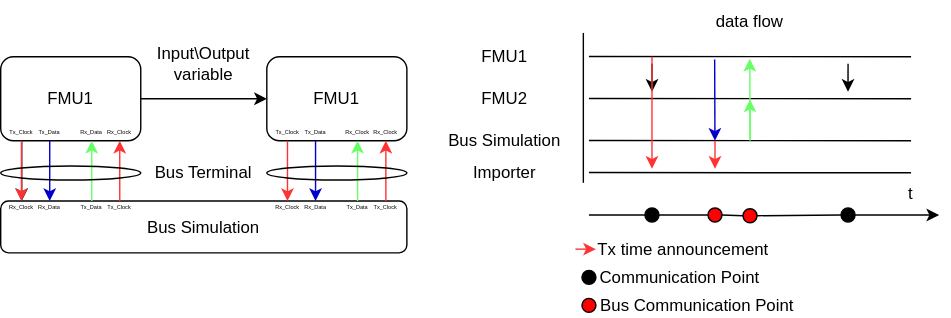
modelica/fmi-ls-bus keeps this draw.io diagram as docs/images/low_cut_communication_points.svg. Above is the earlier version. Source tidied: cells renumbered, new cells last; positions are measured from the earlier drawing's top-left corner, leaving out a move shared by most shapes. The source it was exported from:
```xml
<mxGraphModel>
  <root>
    <mxCell id="0" />
    <mxCell id="1" parent="0" />
    <mxCell id="2" style="edgeStyle=orthogonalEdgeStyle;rounded=0;jettySize=auto;html=1;exitX=1;exitY=0.5;exitDx=0;exitDy=0;entryX=0;entryY=0.5;entryDx=0;entryDy=0;" parent="1" edge="1" source="3" target="45">
      <mxGeometry relative="1" as="geometry" />
    </mxCell>
    <mxCell id="3" value="FMU1" style="rounded=1;whiteSpace=wrap;html=1;" parent="1" vertex="1">
      <mxGeometry y="40" width="100" height="60" as="geometry" />
    </mxCell>
    <mxCell id="4" value="Bus Simulation" style="rounded=1;whiteSpace=wrap;html=1;" parent="1" vertex="1">
      <mxGeometry y="143" width="290" height="37" as="geometry" />
    </mxCell>
    <mxCell id="5" value="Input\Output variable" style="text;html=1;strokeColor=none;fillColor=none;align=center;verticalAlign=middle;whiteSpace=wrap;rounded=0;" parent="1" vertex="1">
      <mxGeometry x="93" y="30" width="104" height="30" as="geometry" />
    </mxCell>
    <mxCell id="6" value="Bus Terminal" style="text;html=1;strokeColor=none;fillColor=none;align=center;verticalAlign=middle;whiteSpace=wrap;rounded=0;" parent="1" vertex="1">
      <mxGeometry x="93" y="113" width="104" height="20" as="geometry" />
    </mxCell>
    <mxCell id="7" style="endArrow=none;html=1;rounded=0;" parent="1" edge="1">
      <mxGeometry relative="1" as="geometry">
        <mxPoint x="416" y="130" as="sourcePoint" />
        <mxPoint x="416" y="23" as="targetPoint" />
      </mxGeometry>
    </mxCell>
    <mxCell id="8" style="endArrow=classic;html=1;rounded=0;startArrow=none;" parent="1" edge="1" source="20">
      <mxGeometry relative="1" as="geometry">
        <mxPoint x="670" y="153" as="targetPoint" />
      </mxGeometry>
    </mxCell>
    <mxCell id="9" value="FMU1" style="text;html=1;strokeColor=none;fillColor=none;align=center;verticalAlign=middle;whiteSpace=wrap;rounded=0;" parent="1" vertex="1">
      <mxGeometry x="330" y="25" width="60" height="30" as="geometry" />
    </mxCell>
    <mxCell id="10" value="FMU2" style="text;html=1;strokeColor=none;fillColor=none;align=center;verticalAlign=middle;whiteSpace=wrap;rounded=0;" parent="1" vertex="1">
      <mxGeometry x="330" y="55" width="60" height="30" as="geometry" />
    </mxCell>
    <mxCell id="11" value="Bus Simulation" style="text;html=1;strokeColor=none;fillColor=none;align=center;verticalAlign=middle;whiteSpace=wrap;rounded=0;" parent="1" vertex="1">
      <mxGeometry x="310" y="85" width="100" height="30" as="geometry" />
    </mxCell>
    <mxCell id="12" style="endArrow=none;html=1;rounded=0;" parent="1" edge="1">
      <mxGeometry relative="1" as="geometry">
        <mxPoint x="650" y="70" as="sourcePoint" />
        <mxPoint x="420" y="69.8" as="targetPoint" />
      </mxGeometry>
    </mxCell>
    <mxCell id="13" style="endArrow=none;html=1;rounded=0;" parent="1" edge="1">
      <mxGeometry relative="1" as="geometry">
        <mxPoint x="650" y="40" as="sourcePoint" />
        <mxPoint x="420" y="39.8" as="targetPoint" />
      </mxGeometry>
    </mxCell>
    <mxCell id="14" style="endArrow=none;html=1;rounded=0;" parent="1" edge="1">
      <mxGeometry relative="1" as="geometry">
        <mxPoint x="650" y="100" as="sourcePoint" />
        <mxPoint x="420" y="99.8" as="targetPoint" />
      </mxGeometry>
    </mxCell>
    <mxCell id="15" value="t" style="text;html=1;strokeColor=none;fillColor=none;align=center;verticalAlign=middle;whiteSpace=wrap;rounded=0;" parent="1" vertex="1">
      <mxGeometry x="640" y="128" width="20" height="20" as="geometry" />
    </mxCell>
    <mxCell id="16" value="data flow" style="text;html=1;strokeColor=none;fillColor=none;align=center;verticalAlign=middle;whiteSpace=wrap;rounded=0;" parent="1" vertex="1">
      <mxGeometry x="505" width="60" height="30" as="geometry" />
    </mxCell>
    <mxCell id="17" style="ellipse;whiteSpace=wrap;html=1;fillColor=#000000;" parent="1" vertex="1">
      <mxGeometry x="460" y="148" width="10" height="10" as="geometry" />
    </mxCell>
    <mxCell id="18" style="endArrow=none;html=1;rounded=0;" parent="1" edge="1" target="17">
      <mxGeometry relative="1" as="geometry">
        <mxPoint x="420" y="153" as="sourcePoint" />
      </mxGeometry>
    </mxCell>
    <mxCell id="19" style="edgeStyle=orthogonalEdgeStyle;rounded=0;orthogonalLoop=1;jettySize=auto;html=1;" parent="1" edge="1">
      <mxGeometry relative="1" as="geometry">
        <mxPoint x="465" y="45" as="sourcePoint" />
        <mxPoint x="465.1" y="65" as="targetPoint" />
      </mxGeometry>
    </mxCell>
    <mxCell id="20" style="ellipse;whiteSpace=wrap;html=1;fillColor=#000000;" parent="1" vertex="1">
      <mxGeometry x="600" y="148" width="10" height="10" as="geometry" />
    </mxCell>
    <mxCell id="21" style="endArrow=none;html=1;rounded=0;startArrow=none;" parent="1" edge="1" source="23" target="20">
      <mxGeometry relative="1" as="geometry" />
    </mxCell>
    <mxCell id="22" style="edgeStyle=orthogonalEdgeStyle;rounded=0;orthogonalLoop=1;jettySize=auto;html=1;" parent="1" edge="1">
      <mxGeometry relative="1" as="geometry">
        <mxPoint x="605" y="45" as="sourcePoint" />
        <mxPoint x="605" y="65" as="targetPoint" />
      </mxGeometry>
    </mxCell>
    <mxCell id="23" style="ellipse;whiteSpace=wrap;html=1;fillColor=#FF0000;" parent="1" vertex="1">
      <mxGeometry x="530" y="148.5" width="10" height="10" as="geometry" />
    </mxCell>
    <mxCell id="24" style="endArrow=none;html=1;rounded=0;startArrow=none;" parent="1" edge="1" source="25" target="23">
      <mxGeometry relative="1" as="geometry" />
    </mxCell>
    <mxCell id="25" style="ellipse;whiteSpace=wrap;html=1;fillColor=#FF0000;" parent="1" vertex="1">
      <mxGeometry x="505" y="148" width="10" height="10" as="geometry" />
    </mxCell>
    <mxCell id="26" style="endArrow=none;html=1;rounded=0;startArrow=none;" parent="1" edge="1" source="17" target="25">
      <mxGeometry relative="1" as="geometry" />
    </mxCell>
    <mxCell id="27" style="ellipse;whiteSpace=wrap;html=1;fillColor=#FF0000;" parent="1" vertex="1">
      <mxGeometry x="415" y="212.5" width="10" height="10" as="geometry" />
    </mxCell>
    <mxCell id="28" style="ellipse;whiteSpace=wrap;html=1;fillColor=#000000;" parent="1" vertex="1">
      <mxGeometry x="415" y="192.5" width="10" height="10" as="geometry" />
    </mxCell>
    <mxCell id="29" value="Communication Point" style="text;html=1;strokeColor=none;fillColor=none;align=center;verticalAlign=middle;whiteSpace=wrap;rounded=0;" parent="1" vertex="1">
      <mxGeometry x="425" y="190" width="120" height="15" as="geometry" />
    </mxCell>
    <mxCell id="30" value="Rx_Clock" style="text;html=1;strokeColor=none;fillColor=none;align=center;verticalAlign=middle;whiteSpace=wrap;rounded=0;fontSize=4;" parent="1" vertex="1">
      <mxGeometry x="70" y="90" width="30" height="10" as="geometry" />
    </mxCell>
    <mxCell id="31" value="Tx_Clock" style="text;html=1;strokeColor=none;fillColor=none;align=center;verticalAlign=middle;whiteSpace=wrap;rounded=0;fontSize=4;" parent="1" vertex="1">
      <mxGeometry x="70" y="143" width="30" height="10" as="geometry" />
    </mxCell>
    <mxCell id="32" style="endArrow=classic;html=1;rounded=0;fontSize=4;entryX=0.5;entryY=1;entryDx=0;entryDy=0;exitX=0.5;exitY=0;exitDx=0;exitDy=0;strokeColor=#FF3333;" parent="1" edge="1" source="31" target="30">
      <mxGeometry relative="1" as="geometry" />
    </mxCell>
    <mxCell id="33" style="endArrow=classic;html=1;rounded=0;fontSize=4;exitX=0.5;exitY=1;exitDx=0;exitDy=0;entryX=0.5;entryY=0;entryDx=0;entryDy=0;" parent="1" edge="1" source="34" target="35">
      <mxGeometry relative="1" as="geometry" />
    </mxCell>
    <mxCell id="34" value="Tx_Clock" style="text;html=1;strokeColor=none;fillColor=none;align=center;verticalAlign=middle;whiteSpace=wrap;rounded=0;fontSize=4;" parent="1" vertex="1">
      <mxGeometry y="90" width="30" height="10" as="geometry" />
    </mxCell>
    <mxCell id="35" value="Rx_Clock" style="text;html=1;strokeColor=none;fillColor=none;align=center;verticalAlign=middle;whiteSpace=wrap;rounded=0;fontSize=4;" parent="1" vertex="1">
      <mxGeometry y="143" width="30" height="10" as="geometry" />
    </mxCell>
    <mxCell id="36" value="Tx_Data" style="text;html=1;strokeColor=none;fillColor=none;align=center;verticalAlign=middle;whiteSpace=wrap;rounded=0;fontSize=4;" parent="1" vertex="1">
      <mxGeometry x="20" y="90" width="30" height="10" as="geometry" />
    </mxCell>
    <mxCell id="37" value="Rx_Data" style="text;html=1;strokeColor=none;fillColor=none;align=center;verticalAlign=middle;whiteSpace=wrap;rounded=0;fontSize=4;" parent="1" vertex="1">
      <mxGeometry x="20" y="143" width="30" height="10" as="geometry" />
    </mxCell>
    <mxCell id="38" style="endArrow=classic;html=1;rounded=0;fontSize=4;exitX=0.5;exitY=1;exitDx=0;exitDy=0;entryX=0.5;entryY=0;entryDx=0;entryDy=0;strokeColor=#0000CC;" parent="1" edge="1" source="36" target="37">
      <mxGeometry x="-1" y="10" relative="1" as="geometry" />
    </mxCell>
    <mxCell id="39" style="endArrow=classic;html=1;rounded=0;fontSize=4;exitX=0.5;exitY=1;exitDx=0;exitDy=0;strokeColor=#0000CC;" parent="1" edge="1">
      <mxGeometry x="-1" y="10" relative="1" as="geometry">
        <mxPoint x="509.8" y="42" as="sourcePoint" />
        <mxPoint x="510" y="100" as="targetPoint" />
      </mxGeometry>
    </mxCell>
    <mxCell id="40" value="Tx_Data" style="text;html=1;strokeColor=none;fillColor=none;align=center;verticalAlign=middle;whiteSpace=wrap;rounded=0;fontSize=4;" parent="1" vertex="1">
      <mxGeometry x="50" y="143" width="30" height="10" as="geometry" />
    </mxCell>
    <mxCell id="41" value="Rx_Data" style="text;html=1;strokeColor=none;fillColor=none;align=center;verticalAlign=middle;whiteSpace=wrap;rounded=0;fontSize=4;" parent="1" vertex="1">
      <mxGeometry x="50" y="90" width="30" height="10" as="geometry" />
    </mxCell>
    <mxCell id="42" style="endArrow=classic;html=1;rounded=0;fontSize=4;entryX=0.5;entryY=1;entryDx=0;entryDy=0;exitX=0.5;exitY=0;exitDx=0;exitDy=0;strokeColor=#66FF66;" parent="1" edge="1" source="40" target="41">
      <mxGeometry relative="1" as="geometry" />
    </mxCell>
    <mxCell id="43" style="endArrow=classic;html=1;rounded=0;fontSize=4;entryX=0.5;entryY=1;entryDx=0;entryDy=0;strokeColor=#66FF66;" parent="1" edge="1">
      <mxGeometry relative="1" as="geometry">
        <mxPoint x="535.1" y="99.5" as="sourcePoint" />
        <mxPoint x="534.8" y="41.5" as="targetPoint" />
      </mxGeometry>
    </mxCell>
    <mxCell id="44" style="endArrow=classic;html=1;rounded=0;fontSize=4;exitX=0.5;exitY=1;exitDx=0;exitDy=0;entryX=0.5;entryY=0;entryDx=0;entryDy=0;strokeColor=#FF3333;" parent="1" edge="1">
      <mxGeometry relative="1" as="geometry">
        <mxPoint x="14.8" y="100" as="sourcePoint" />
        <mxPoint x="14.8" y="143" as="targetPoint" />
      </mxGeometry>
    </mxCell>
    <mxCell id="45" value="FMU1" style="rounded=1;whiteSpace=wrap;html=1;" parent="1" vertex="1">
      <mxGeometry x="190" y="40" width="100" height="60" as="geometry" />
    </mxCell>
    <mxCell id="46" value="Rx_Clock" style="text;html=1;strokeColor=none;fillColor=none;align=center;verticalAlign=middle;whiteSpace=wrap;rounded=0;fontSize=4;" parent="1" vertex="1">
      <mxGeometry x="260" y="90" width="30" height="10" as="geometry" />
    </mxCell>
    <mxCell id="47" value="Tx_Clock" style="text;html=1;strokeColor=none;fillColor=none;align=center;verticalAlign=middle;whiteSpace=wrap;rounded=0;fontSize=4;" parent="1" vertex="1">
      <mxGeometry x="190" y="90" width="30" height="10" as="geometry" />
    </mxCell>
    <mxCell id="48" value="Tx_Data" style="text;html=1;strokeColor=none;fillColor=none;align=center;verticalAlign=middle;whiteSpace=wrap;rounded=0;fontSize=4;" parent="1" vertex="1">
      <mxGeometry x="210" y="90" width="30" height="10" as="geometry" />
    </mxCell>
    <mxCell id="49" value="Rx_Clock" style="text;html=1;strokeColor=none;fillColor=none;align=center;verticalAlign=middle;whiteSpace=wrap;rounded=0;fontSize=4;" parent="1" vertex="1">
      <mxGeometry x="240" y="90" width="30" height="10" as="geometry" />
    </mxCell>
    <mxCell id="50" value="Tx_Clock" style="text;html=1;strokeColor=none;fillColor=none;align=center;verticalAlign=middle;whiteSpace=wrap;rounded=0;fontSize=4;" parent="1" vertex="1">
      <mxGeometry x="260" y="143" width="30" height="10" as="geometry" />
    </mxCell>
    <mxCell id="51" value="Rx_Clock" style="text;html=1;strokeColor=none;fillColor=none;align=center;verticalAlign=middle;whiteSpace=wrap;rounded=0;fontSize=4;" parent="1" vertex="1">
      <mxGeometry x="190" y="143" width="30" height="10" as="geometry" />
    </mxCell>
    <mxCell id="52" value="Rx_Data" style="text;html=1;strokeColor=none;fillColor=none;align=center;verticalAlign=middle;whiteSpace=wrap;rounded=0;fontSize=4;" parent="1" vertex="1">
      <mxGeometry x="210" y="143" width="30" height="10" as="geometry" />
    </mxCell>
    <mxCell id="53" value="Tx_Data" style="text;html=1;strokeColor=none;fillColor=none;align=center;verticalAlign=middle;whiteSpace=wrap;rounded=0;fontSize=4;" parent="1" vertex="1">
      <mxGeometry x="240" y="143" width="30" height="10" as="geometry" />
    </mxCell>
    <mxCell id="54" style="endArrow=classic;html=1;rounded=0;fontSize=4;entryX=0.5;entryY=1;entryDx=0;entryDy=0;exitX=0.5;exitY=0;exitDx=0;exitDy=0;strokeColor=#FF3333;" parent="1" edge="1" source="50" target="46">
      <mxGeometry x="0.53" y="-165" relative="1" as="geometry" />
    </mxCell>
    <mxCell id="55" style="endArrow=classic;html=1;rounded=0;fontSize=4;exitX=0.5;exitY=1;exitDx=0;exitDy=0;entryX=0.5;entryY=0;entryDx=0;entryDy=0;strokeColor=#FF3333;" parent="1" edge="1">
      <mxGeometry x="-0.07" y="145" relative="1" as="geometry">
        <mxPoint x="204.8" y="100" as="sourcePoint" />
        <mxPoint x="204.8" y="143" as="targetPoint" />
      </mxGeometry>
    </mxCell>
    <mxCell id="56" style="endArrow=classic;html=1;rounded=0;fontSize=4;exitX=0.5;exitY=1;exitDx=0;exitDy=0;entryX=0.5;entryY=0;entryDx=0;entryDy=0;strokeColor=#0000CC;" parent="1" edge="1">
      <mxGeometry x="-1" y="10" relative="1" as="geometry">
        <mxPoint x="224.8" y="100" as="sourcePoint" />
        <mxPoint x="224.8" y="143" as="targetPoint" />
      </mxGeometry>
    </mxCell>
    <mxCell id="57" style="endArrow=classic;html=1;rounded=0;fontSize=4;entryX=0.5;entryY=1;entryDx=0;entryDy=0;exitX=0.5;exitY=0;exitDx=0;exitDy=0;strokeColor=#66FF66;" parent="1" edge="1">
      <mxGeometry relative="1" as="geometry">
        <mxPoint x="254.8" y="143" as="sourcePoint" />
        <mxPoint x="254.8" y="100" as="targetPoint" />
      </mxGeometry>
    </mxCell>
    <mxCell id="58" style="ellipse;whiteSpace=wrap;html=1;fontSize=4;fillColor=none;" parent="1" vertex="1">
      <mxGeometry x="190" y="118" width="100" height="10" as="geometry" />
    </mxCell>
    <mxCell id="59" style="ellipse;whiteSpace=wrap;html=1;fontSize=4;fillColor=none;" parent="1" vertex="1">
      <mxGeometry y="118" width="100" height="10" as="geometry" />
    </mxCell>
    <mxCell id="60" style="endArrow=classic;html=1;rounded=0;fontSize=4;strokeColor=#FF3333;" parent="1" edge="1">
      <mxGeometry x="-0.07" y="145" relative="1" as="geometry">
        <mxPoint x="465" y="40" as="sourcePoint" />
        <mxPoint x="465" y="120" as="targetPoint" />
      </mxGeometry>
    </mxCell>
    <mxCell id="61" value="Importer" style="text;html=1;strokeColor=none;fillColor=none;align=center;verticalAlign=middle;whiteSpace=wrap;rounded=0;" parent="1" vertex="1">
      <mxGeometry x="310" y="108" width="100" height="30" as="geometry" />
    </mxCell>
    <mxCell id="62" style="endArrow=none;html=1;rounded=0;" parent="1" edge="1">
      <mxGeometry relative="1" as="geometry">
        <mxPoint x="650" y="122.9" as="sourcePoint" />
        <mxPoint x="420" y="122.7" as="targetPoint" />
      </mxGeometry>
    </mxCell>
    <mxCell id="63" value="Bus Communication Point" style="text;html=1;strokeColor=none;fillColor=none;align=center;verticalAlign=middle;whiteSpace=wrap;rounded=0;" parent="1" vertex="1">
      <mxGeometry x="425" y="210" width="145" height="15" as="geometry" />
    </mxCell>
    <mxCell id="64" value="Tx time announcement" style="text;html=1;strokeColor=none;fillColor=none;align=center;verticalAlign=middle;whiteSpace=wrap;rounded=0;" parent="1" vertex="1">
      <mxGeometry x="425" y="170" width="125" height="15" as="geometry" />
    </mxCell>
    <mxCell id="65" style="endArrow=classic;html=1;rounded=0;fontSize=4;strokeColor=#FF3333;" parent="1" edge="1">
      <mxGeometry x="-0.07" y="145" relative="1" as="geometry">
        <mxPoint x="410.3" y="177.4" as="sourcePoint" />
        <mxPoint x="425" y="177.4" as="targetPoint" />
      </mxGeometry>
    </mxCell>
    <mxCell id="66" style="endArrow=classic;html=1;rounded=0;fontSize=4;strokeColor=#FF3333;" parent="1" edge="1">
      <mxGeometry x="-0.07" y="145" relative="1" as="geometry">
        <mxPoint x="510" y="100" as="sourcePoint" />
        <mxPoint x="510" y="120" as="targetPoint" />
      </mxGeometry>
    </mxCell>
    <mxCell id="67" style="endArrow=classic;html=1;rounded=0;fontSize=4;strokeColor=#66FF66;" parent="1" edge="1">
      <mxGeometry relative="1" as="geometry">
        <mxPoint x="535" y="100" as="sourcePoint" />
        <mxPoint x="535" y="70.5" as="targetPoint" />
      </mxGeometry>
    </mxCell>
  </root>
</mxGraphModel>
```
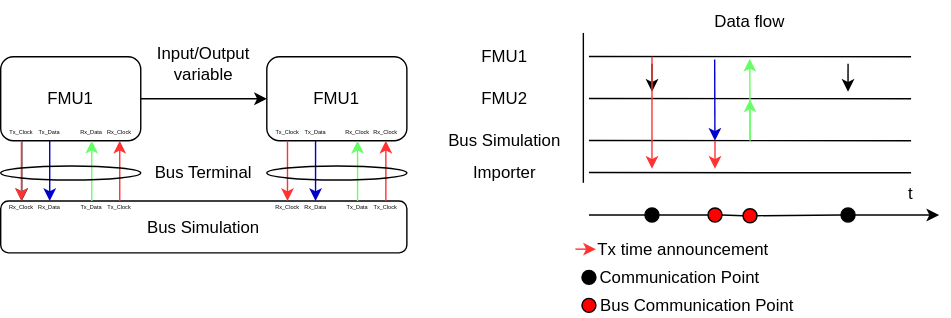
Later version of the same file.

The edit, as a diff of the source:
```diff
@@ -11,7 +11,7 @@
     <mxCell id="4" value="Bus Simulation" style="rounded=1;whiteSpace=wrap;html=1;" parent="1" vertex="1">
       <mxGeometry y="143" width="290" height="37" as="geometry" />
     </mxCell>
-    <mxCell id="5" value="Input\Output variable" style="text;html=1;strokeColor=none;fillColor=none;align=center;verticalAlign=middle;whiteSpace=wrap;rounded=0;" parent="1" vertex="1">
+    <mxCell id="5" value="Input/Output variable" style="text;html=1;strokeColor=none;fillColor=none;align=center;verticalAlign=middle;whiteSpace=wrap;rounded=0;" parent="1" vertex="1">
       <mxGeometry x="93" y="30" width="104" height="30" as="geometry" />
     </mxCell>
     <mxCell id="6" value="Bus Terminal" style="text;html=1;strokeColor=none;fillColor=none;align=center;verticalAlign=middle;whiteSpace=wrap;rounded=0;" parent="1" vertex="1">
@@ -58,7 +58,7 @@
     <mxCell id="15" value="t" style="text;html=1;strokeColor=none;fillColor=none;align=center;verticalAlign=middle;whiteSpace=wrap;rounded=0;" parent="1" vertex="1">
       <mxGeometry x="640" y="128" width="20" height="20" as="geometry" />
     </mxCell>
-    <mxCell id="16" value="data flow" style="text;html=1;strokeColor=none;fillColor=none;align=center;verticalAlign=middle;whiteSpace=wrap;rounded=0;" parent="1" vertex="1">
+    <mxCell id="16" value="Data flow" style="text;html=1;strokeColor=none;fillColor=none;align=center;verticalAlign=middle;whiteSpace=wrap;rounded=0;" parent="1" vertex="1">
       <mxGeometry x="505" width="60" height="30" as="geometry" />
     </mxCell>
     <mxCell id="17" style="ellipse;whiteSpace=wrap;html=1;fillColor=#000000;" parent="1" vertex="1">
```
